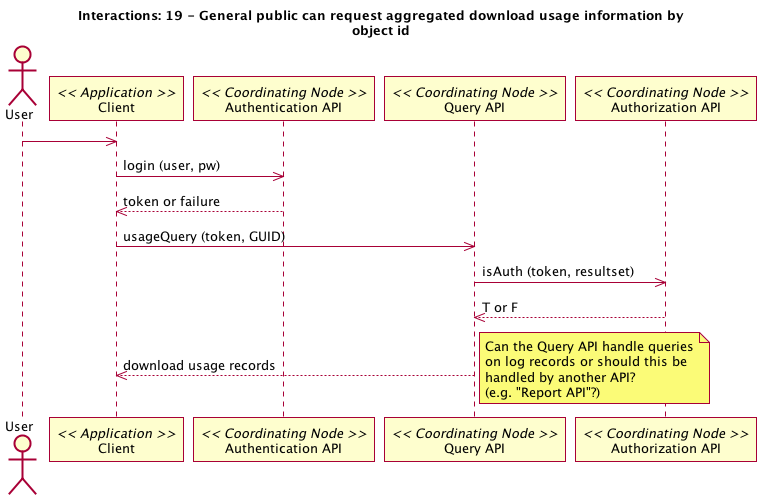
datadavev/DataONE_architecture keeps this PlantUML diagram as source/UseCases/images/19_interaction.png. Above is the earlier version. The source it was exported from:
```plantuml
@startuml 19_interaction.png
title Interactions: 19 - General public can request aggregated download usage information by\nobject id
actor User
participant "Client" as app_client << Application >>
User -> app_client
participant "Authentication API" as c_authenticate << Coordinating Node >>
app_client -> c_authenticate: login (user, pw)
app_client <-- c_authenticate: token or failure
participant "Query API" as c_query << Coordinating Node >>
app_client -> c_query: usageQuery (token, GUID)
participant "Authorization API" as c_authorize << Coordinating Node >>
c_query -> c_authorize: isAuth (token, resultset)
c_query <-- c_authorize: T or F
app_client <-- c_query: download usage records
note right
@enduml
```
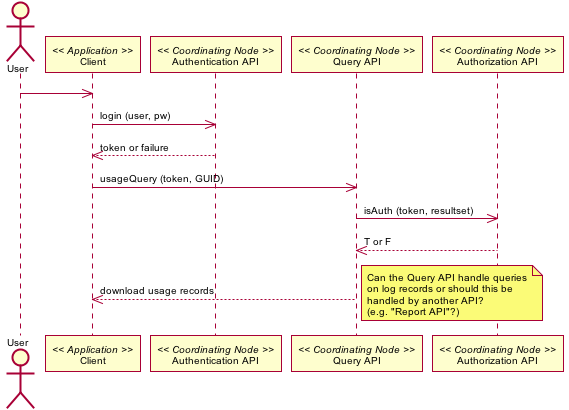
The same diagram one commit later.

The edit, as a diff of the source:
```diff
@@ -1,5 +1,61 @@
-@startuml 19_interaction.png
-title Interactions: 19 - General public can request aggregated download usage information by\nobject id
+@startuml images/19_interaction.png
+skinparam activityFontColor black
+skinparam activityFontSize 10
+skinparam activityFontName arial
+skinparam activityArrowFontColor black
+skinparam activityArrowFontSize 10
+skinparam activityArrowFontName arial
+skinparam classArrowFontColor black
+skinparam classArrowFontSize 10
+skinparam classArrowFontName arial
+skinparam classAttributeFontColor black
+skinparam classAttributeFontSize 10
+skinparam classAttributeFontName arial
+skinparam classFontColor black
+skinparam classFontSize 10
+skinparam classFontName arial
+skinparam componentFontColor black
+skinparam componentFontSize 10
+skinparam componentFontName arial
+skinparam componentArrowFontColor black
+skinparam componentArrowFontSize 10
+skinparam componentArrowFontName arial
+skinparam noteFontColor black
+skinparam noteFontSize 10
+skinparam noteFontName arial
+skinparam packageFontColor black
+skinparam packageFontSize 10
+skinparam packageFontName arial
+skinparam sequenceActorFontColor black
+skinparam sequenceActorFontSize 10
+skinparam sequenceActorFontName arial
+skinparam sequenceArrowFontColor black
+skinparam sequenceArrowFontSize 10
+skinparam sequenceArrowFontName arial
+skinparam sequenceGroupingFontColor black
+skinparam sequenceGroupingFontSize 10
+skinparam sequenceGroupingFontName arial
+skinparam sequenceGroupingHeaderFontColor black
+skinparam sequenceGroupingHeaderFontSize 10
+skinparam sequenceGroupingHeaderFontName arial
+skinparam sequenceParticipantFontColor black
+skinparam sequenceParticipantFontSize 10
+skinparam sequenceParticipantFontName arial
+skinparam sequenceTitleFontColor black
+skinparam sequenceTitleFontSize 10
+skinparam sequenceTitleFontName arial
+skinparam titleFontColor black
+skinparam titleFontSize 10
+skinparam titleFontName arial
+skinparam usecaseFontColor black
+skinparam usecaseFontSize 10
+skinparam usecaseFontName arial
+skinparam usecaseActorFontColor black
+skinparam usecaseActorFontSize 10
+skinparam usecaseActorFontName arial
+skinparam usecaseArrowFontColor black
+skinparam usecaseArrowFontSize 10
+skinparam usecaseArrowFontName arial
 actor User
 participant "Client" as app_client << Application >>
 User -> app_client
@@ -13,4 +69,9 @@
 c_query <-- c_authorize: T or F
 app_client <-- c_query: download usage records
 note right
+Can the Query API handle queries
+on log records or should this be
+handled by another API?
+(e.g. "Report API"?)
+end note
 @enduml
```
